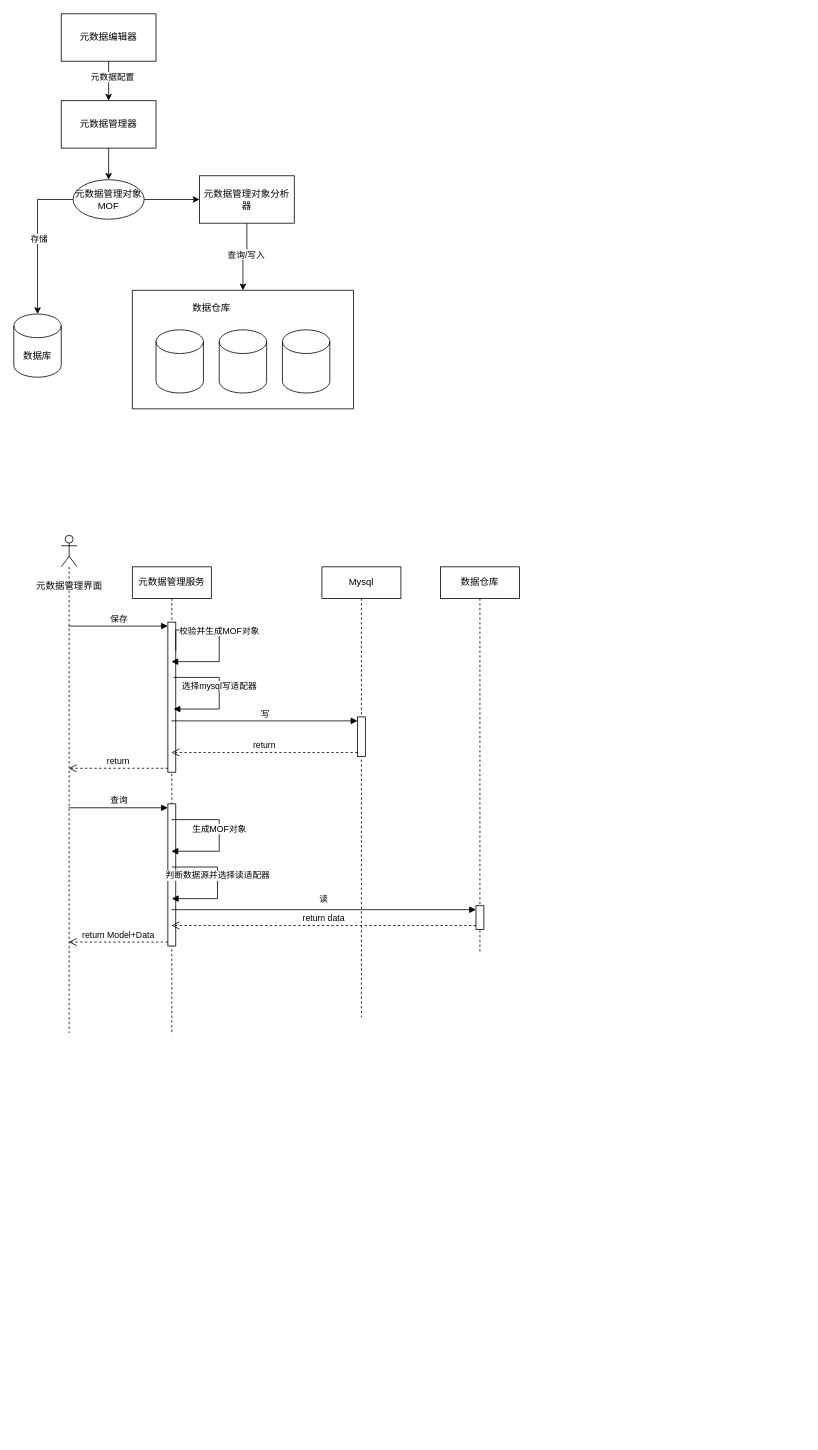
zhangshuntao-ola/MyDraw keeps this draw.io diagram as page "第 5 页" (5 of 5) of Crm-Saas/crm-saas.drawio. Above is the earlier version. Source tidied: cells renumbered, new cells numbered last; positions are measured from the earlier drawing's top-left corner, leaving out a move shared by most shapes. Both pictures are drawn from the tidied source at 79%, with x=0, y=0 at pixel (13, 13).
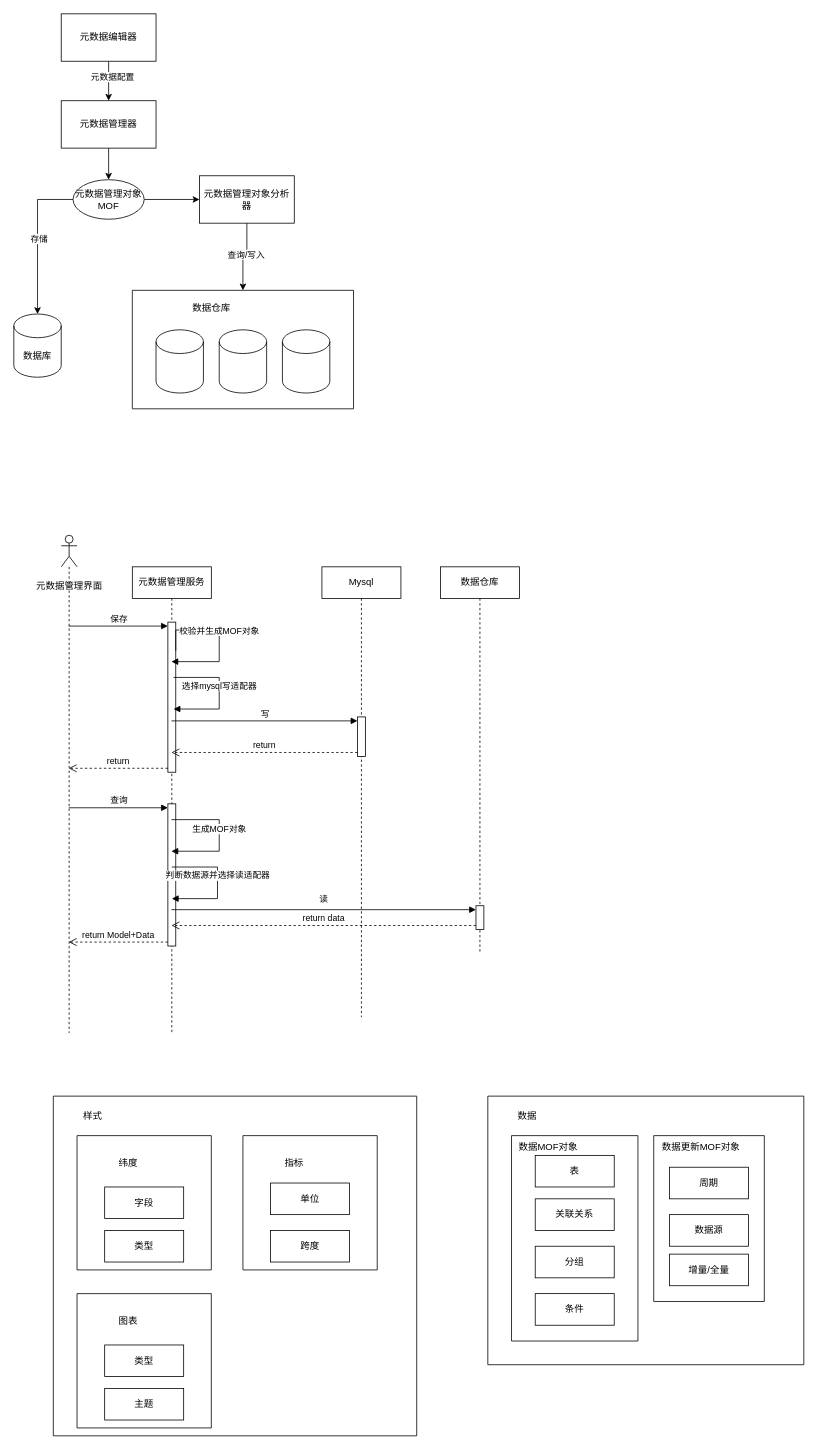
Above is the later version.

The edit, as a diff of the source:
```diff
@@
+    <mxCell id="41" style="swimlane;startSize=0;" parent="1" vertex="1">
+      <mxGeometry x="50" y="1370" width="460" height="430" as="geometry" />
+    </mxCell>
+    <mxCell id="42" style="swimlane;startSize=0;" parent="41" vertex="1">
+      <mxGeometry x="240" y="50" width="170" height="170" as="geometry" />
+    </mxCell>
+    <mxCell id="43" value="单位" style="rounded=0;whiteSpace=wrap;html=1;" parent="42" vertex="1">
+      <mxGeometry x="35" y="60" width="100" height="40" as="geometry" />
+    </mxCell>
+    <mxCell id="44" value="跨度" style="rounded=0;whiteSpace=wrap;html=1;" parent="42" vertex="1">
+      <mxGeometry x="35" y="120" width="100" height="40" as="geometry" />
+    </mxCell>
+    <mxCell id="45" value="指标" style="text;html=1;strokeColor=none;fillColor=none;align=center;verticalAlign=middle;whiteSpace=wrap;rounded=0;" parent="42" vertex="1">
+      <mxGeometry x="35" y="20" width="60" height="30" as="geometry" />
+    </mxCell>
+    <mxCell id="46" style="swimlane;startSize=0;" parent="41" vertex="1">
+      <mxGeometry x="30" y="250" width="170" height="170" as="geometry" />
+    </mxCell>
+    <mxCell id="47" value="类型" style="rounded=0;whiteSpace=wrap;html=1;" parent="46" vertex="1">
+      <mxGeometry x="35" y="65" width="100" height="40" as="geometry" />
+    </mxCell>
+    <mxCell id="48" value="主题" style="rounded=0;whiteSpace=wrap;html=1;" parent="46" vertex="1">
+      <mxGeometry x="35" y="120" width="100" height="40" as="geometry" />
+    </mxCell>
+    <mxCell id="49" value="图表" style="text;html=1;strokeColor=none;fillColor=none;align=center;verticalAlign=middle;whiteSpace=wrap;rounded=0;" parent="46" vertex="1">
+      <mxGeometry x="35" y="20" width="60" height="30" as="geometry" />
+    </mxCell>
+    <mxCell id="50" value="样式" style="text;html=1;strokeColor=none;fillColor=none;align=center;verticalAlign=middle;whiteSpace=wrap;rounded=0;" parent="41" vertex="1">
+      <mxGeometry x="20" y="10" width="60" height="30" as="geometry" />
+    </mxCell>
+    <mxCell id="51" style="swimlane;startSize=0;" parent="41" vertex="1">
+      <mxGeometry x="30" y="50" width="170" height="170" as="geometry" />
+    </mxCell>
+    <mxCell id="52" value="字段" style="rounded=0;whiteSpace=wrap;html=1;" parent="51" vertex="1">
+      <mxGeometry x="35" y="65" width="100" height="40" as="geometry" />
+    </mxCell>
+    <mxCell id="53" value="类型" style="rounded=0;whiteSpace=wrap;html=1;" parent="51" vertex="1">
+      <mxGeometry x="35" y="120" width="100" height="40" as="geometry" />
+    </mxCell>
+    <mxCell id="54" value="纬度" style="text;html=1;strokeColor=none;fillColor=none;align=center;verticalAlign=middle;whiteSpace=wrap;rounded=0;" parent="51" vertex="1">
+      <mxGeometry x="35" y="20" width="60" height="30" as="geometry" />
+    </mxCell>
+    <mxCell id="55" style="swimlane;startSize=0;" parent="1" vertex="1">
+      <mxGeometry x="600" y="1370" width="400" height="340" as="geometry" />
+    </mxCell>
+    <mxCell id="56" style="swimlane;startSize=0;" parent="55" vertex="1">
+      <mxGeometry x="30" y="50" width="160" height="260" as="geometry" />
+    </mxCell>
+    <mxCell id="57" value="&amp;nbsp;数据MOF对象" style="text;html=1;strokeColor=none;fillColor=none;align=center;verticalAlign=middle;whiteSpace=wrap;rounded=0;" parent="56" vertex="1">
+      <mxGeometry width="90" height="30" as="geometry" />
+    </mxCell>
+    <mxCell id="58" value="表" style="rounded=0;whiteSpace=wrap;html=1;" parent="56" vertex="1">
+      <mxGeometry x="30" y="25" width="100" height="40" as="geometry" />
+    </mxCell>
+    <mxCell id="59" value="关联关系" style="rounded=0;whiteSpace=wrap;html=1;" parent="56" vertex="1">
+      <mxGeometry x="30" y="80" width="100" height="40" as="geometry" />
+    </mxCell>
+    <mxCell id="60" value="分组" style="rounded=0;whiteSpace=wrap;html=1;" parent="56" vertex="1">
+      <mxGeometry x="30" y="140" width="100" height="40" as="geometry" />
+    </mxCell>
+    <mxCell id="61" value="条件" style="rounded=0;whiteSpace=wrap;html=1;" parent="56" vertex="1">
+      <mxGeometry x="30" y="200" width="100" height="40" as="geometry" />
+    </mxCell>
+    <mxCell id="62" value="数据" style="text;html=1;strokeColor=none;fillColor=none;align=center;verticalAlign=middle;whiteSpace=wrap;rounded=0;" parent="55" vertex="1">
+      <mxGeometry x="20" y="10" width="60" height="30" as="geometry" />
+    </mxCell>
+    <mxCell id="63" style="swimlane;startSize=0;" parent="55" vertex="1">
+      <mxGeometry x="210" y="50" width="140" height="210" as="geometry" />
+    </mxCell>
+    <mxCell id="64" value="数据更新MOF对象" style="text;html=1;strokeColor=none;fillColor=none;align=center;verticalAlign=middle;whiteSpace=wrap;rounded=0;" parent="63" vertex="1">
+      <mxGeometry y="5" width="120" height="20" as="geometry" />
+    </mxCell>
+    <mxCell id="65" value="周期" style="rounded=0;whiteSpace=wrap;html=1;" parent="63" vertex="1">
+      <mxGeometry x="20" y="40" width="100" height="40" as="geometry" />
+    </mxCell>
+    <mxCell id="66" value="数据源" style="rounded=0;whiteSpace=wrap;html=1;" parent="63" vertex="1">
+      <mxGeometry x="20" y="100" width="100" height="40" as="geometry" />
+    </mxCell>
+    <mxCell id="67" value="增量/全量" style="rounded=0;whiteSpace=wrap;html=1;" parent="63" vertex="1">
+      <mxGeometry x="20" y="150" width="100" height="40" as="geometry" />
+    </mxCell>
```
